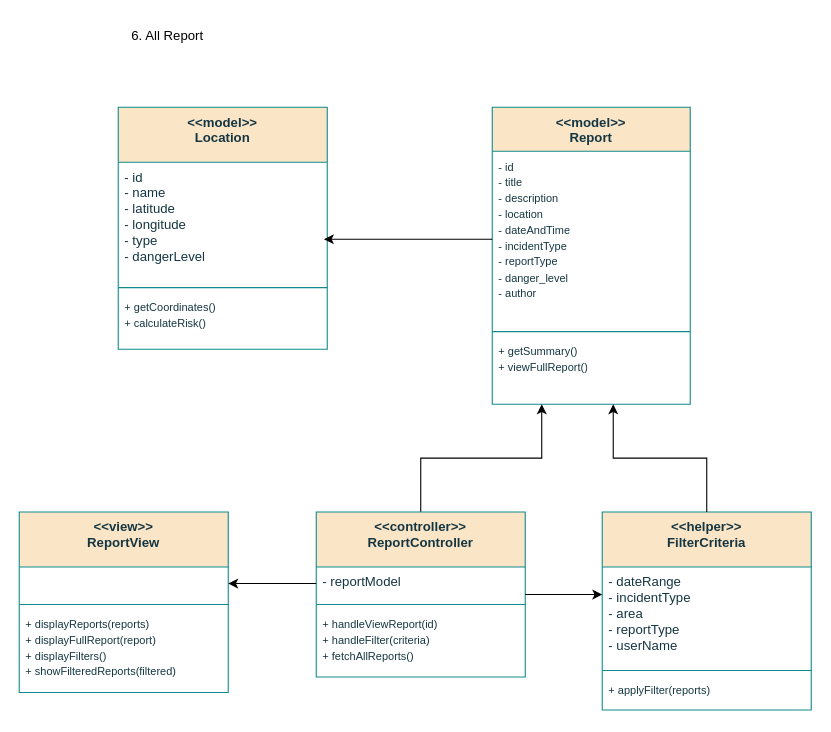
Above: page "6. View Report (User)" (6 of 13) of Untitled Diagram.drawio in TH-014/CSE_326 (draw.io), before the change. Source tidied: cells renumbered, new cells numbered last; positions are measured from the earlier drawing's top-left corner, leaving out a move shared by most shapes. Both pictures are drawn from the tidied source at 110%, with x=0, y=0 at pixel (19, 19).
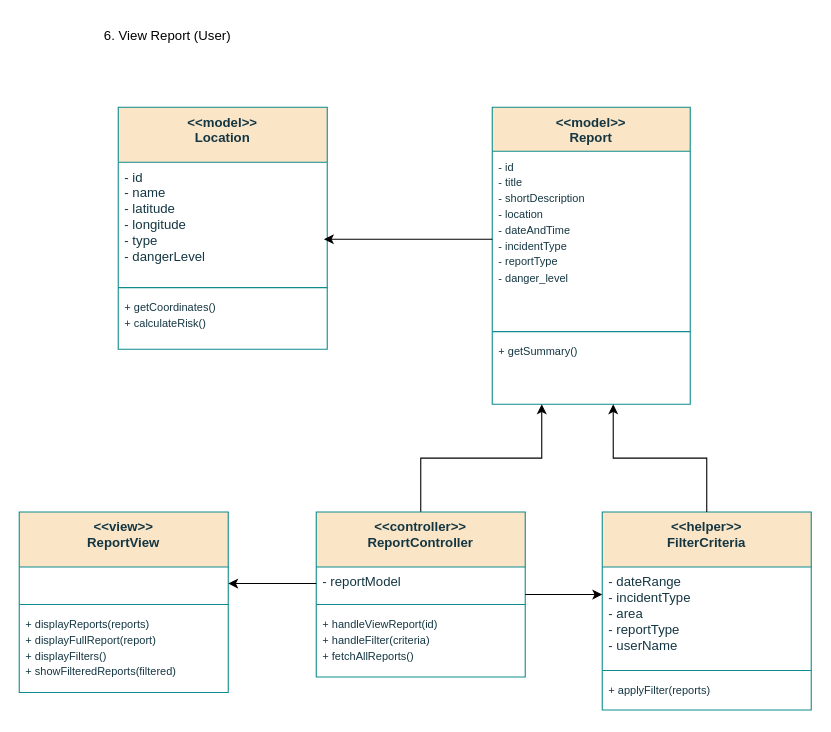
After the change.

The change refers to these unchanged cells:
```xml
<mxCell id="6" value="&lt;div&gt;&amp;lt;&amp;lt;model&amp;gt;&amp;gt;&lt;/div&gt;&lt;div&gt;Report&lt;/div&gt;" style="swimlane;fontStyle=1;align=center;verticalAlign=top;horizontal=1;startSize=40;whiteSpace=wrap;html=1;strokeColor=#0F8B8D;fontColor=#143642;fillColor=#FAE5C7;" parent="1" vertex="1">
  <mxGeometry x="430" y="80" width="180" height="270" as="geometry" />
</mxCell>
```

Change to the diagram source:
```diff
@@
-    <mxCell id="7" value="&lt;font size=&quot;1&quot;&gt;- id&lt;br&gt;- title&lt;br&gt;- description&lt;br&gt;&lt;/font&gt;&lt;div&gt;&lt;font size=&quot;1&quot;&gt;- location&lt;/font&gt;&lt;/div&gt;&lt;div&gt;&lt;font size=&quot;1&quot;&gt;- dateAndTime&lt;br&gt;&lt;/font&gt;&lt;/div&gt;&lt;div&gt;&lt;font size=&quot;1&quot;&gt;- incidentType&lt;br&gt;&lt;/font&gt;&lt;/div&gt;&lt;div&gt;&lt;font size=&quot;1&quot;&gt;- reportType&lt;br&gt;&lt;/font&gt;&lt;/div&gt;&lt;font size=&quot;1&quot;&gt;- danger_level&lt;br&gt;&lt;/font&gt;&lt;div&gt;&lt;font size=&quot;1&quot;&gt;- author&lt;/font&gt;&lt;/div&gt;" style="text;strokeColor=none;fillColor=none;align=left;verticalAlign=top;spacingLeft=4;spacingRight=4;overflow=hidden;points=[[0,0.5],[1,0.5]];portConstraint=eastwest;whiteSpace=wrap;html=1;fontColor=#143642;" parent="6" vertex="1">
+    <mxCell id="7" value="&lt;font size=&quot;1&quot;&gt;- id&lt;br&gt;- title&lt;br&gt;- shortDescription&lt;br&gt;&lt;/font&gt;&lt;div&gt;&lt;font size=&quot;1&quot;&gt;- location&lt;/font&gt;&lt;/div&gt;&lt;div&gt;&lt;font size=&quot;1&quot;&gt;- dateAndTime&lt;br&gt;&lt;/font&gt;&lt;/div&gt;&lt;div&gt;&lt;font size=&quot;1&quot;&gt;- incidentType&lt;br&gt;&lt;/font&gt;&lt;/div&gt;&lt;div&gt;&lt;font size=&quot;1&quot;&gt;- reportType&lt;br&gt;&lt;/font&gt;&lt;/div&gt;&lt;font size=&quot;1&quot;&gt;- danger_level&lt;br&gt;&lt;/font&gt;" style="text;strokeColor=none;fillColor=none;align=left;verticalAlign=top;spacingLeft=4;spacingRight=4;overflow=hidden;points=[[0,0.5],[1,0.5]];portConstraint=eastwest;whiteSpace=wrap;html=1;fontColor=#143642;" parent="6" vertex="1">
       <mxGeometry y="40" width="180" height="160" as="geometry" />
     </mxCell>
@@
-    <mxCell id="9" value="&lt;font size=&quot;1&quot;&gt;+ getSummary()&lt;br&gt;+ viewFullReport()&lt;/font&gt;" style="text;strokeColor=none;fillColor=none;align=left;verticalAlign=top;spacingLeft=4;spacingRight=4;overflow=hidden;points=[[0,0.5],[1,0.5]];portConstraint=eastwest;whiteSpace=wrap;html=1;fontColor=#143642;" parent="6" vertex="1">
+    <mxCell id="9" value="&lt;font size=&quot;1&quot;&gt;+ getSummary()&lt;br&gt;&lt;/font&gt;" style="text;strokeColor=none;fillColor=none;align=left;verticalAlign=top;spacingLeft=4;spacingRight=4;overflow=hidden;points=[[0,0.5],[1,0.5]];portConstraint=eastwest;whiteSpace=wrap;html=1;fontColor=#143642;" parent="6" vertex="1">
       <mxGeometry y="208" width="180" height="62" as="geometry" />
     </mxCell>
-    <mxCell id="10" value="6. All Report" style="text;html=1;strokeColor=none;fillColor=none;align=center;verticalAlign=middle;whiteSpace=wrap;rounded=0;" parent="1" vertex="1">
+    <mxCell id="10" value="6. View Report (User) " style="text;html=1;strokeColor=none;fillColor=none;align=center;verticalAlign=middle;whiteSpace=wrap;rounded=0;" parent="1" vertex="1">
       <mxGeometry x="30" width="210" height="30" as="geometry" />
     </mxCell>
```
